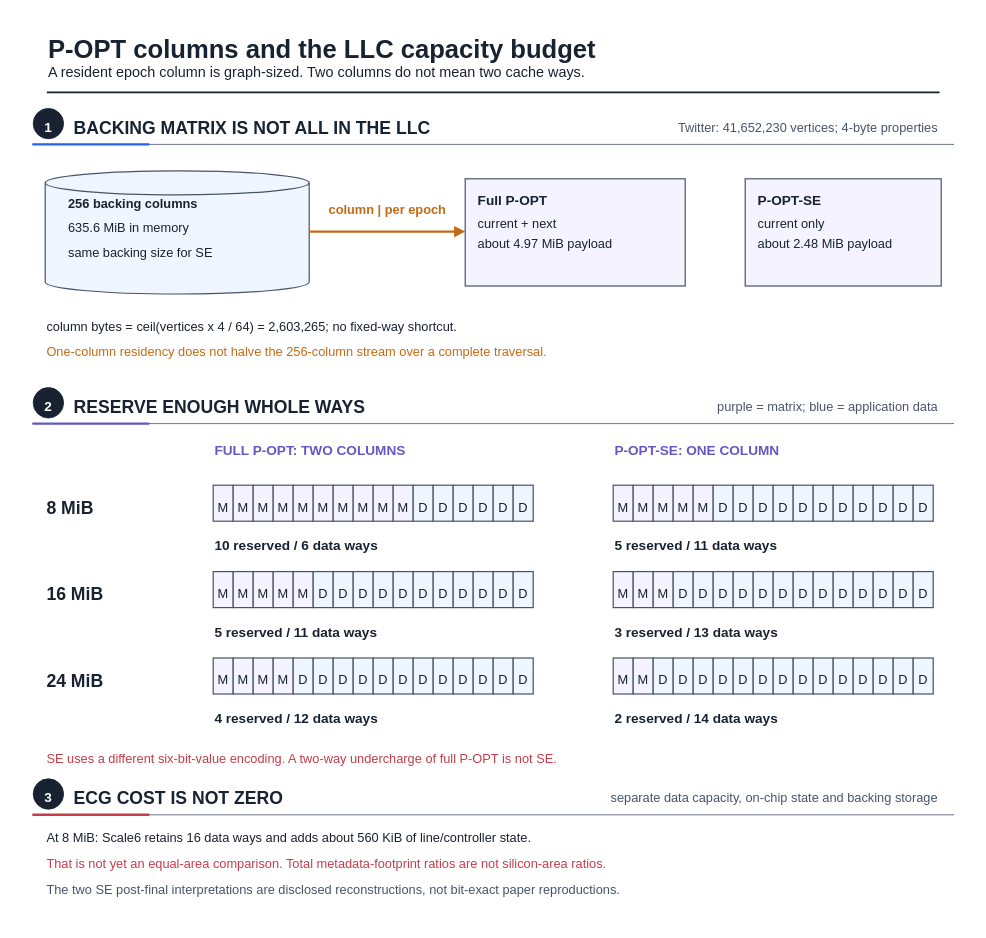
The draw.io diagram fig/wiki_src/reuse-plan-flowthrough/reuse-plan-flowthrough-f06-capacity-accounting.drawio in UVA-LavaLab/ECG_GrAPL, before the edit. Source tidied: cells renumbered, new cells numbered last; positions are measured from the earlier drawing's top-left corner, leaving out a move shared by most shapes. Both pictures are drawn from the tidied source at 80%, with x=0, y=0 at pixel (13, 13).
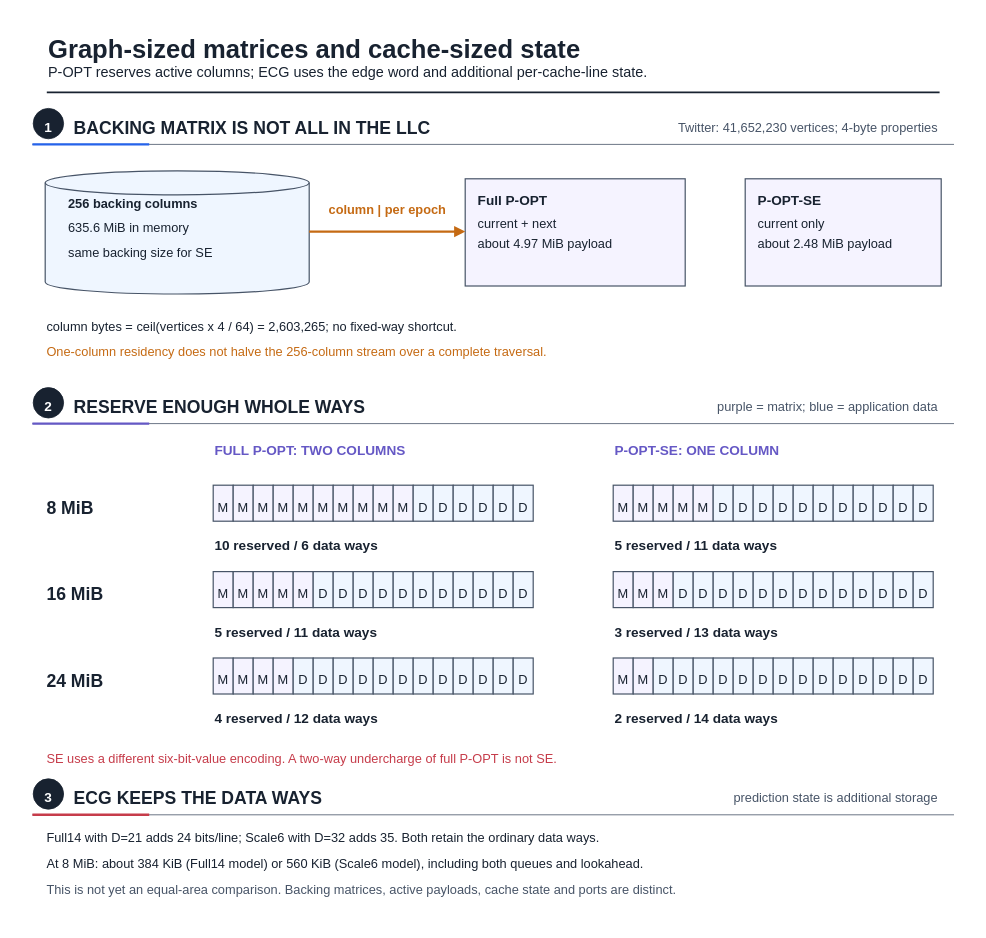
The same page after the edit.

Diff of the diagram source:
```diff
@@
-    <mxCell id="3" value="P-OPT columns and the LLC capacity budget" style="text;html=0;strokeColor=none;fillColor=none;align=left;verticalAlign=middle;fontFamily=Liberation Sans;fontSize=32;fontColor=#182230;fontStyle=1;" parent="1" vertex="1">
-      <mxGeometry x="42" y="19.5" width="747.8" height="44.8" as="geometry" />
+    <mxCell id="3" value="Graph-sized matrices and cache-sized state" style="text;html=0;strokeColor=none;fillColor=none;align=left;verticalAlign=middle;fontFamily=Liberation Sans;fontSize=32;fontColor=#182230;fontStyle=1;" parent="1" vertex="1">
+      <mxGeometry x="42" y="19.5" width="766.1" height="44.8" as="geometry" />
     </mxCell>
-    <mxCell id="4" value="A resident epoch column is graph-sized. Two columns do not mean two cache ways." style="text;html=0;strokeColor=none;fillColor=none;align=left;verticalAlign=middle;fontFamily=Liberation Sans;fontSize=18;fontColor=#182230;fontStyle=0;" parent="1" vertex="1">
-      <mxGeometry x="42" y="59.5" width="753.7" height="25.2" as="geometry" />
+    <mxCell id="4" value="P-OPT reserves active columns; ECG uses the edge word and additional per-cache-line state." style="text;html=0;strokeColor=none;fillColor=none;align=left;verticalAlign=middle;fontFamily=Liberation Sans;fontSize=18;fontColor=#182230;fontStyle=0;" parent="1" vertex="1">
+      <mxGeometry x="42" y="59.5" width="858.6" height="25.2" as="geometry" />
     </mxCell>
@@
-    <mxCell id="240" value="ECG COST IS NOT ZERO" style="text;html=0;strokeColor=none;fillColor=none;align=left;verticalAlign=middle;fontFamily=Liberation Sans;fontSize=22;fontColor=#182230;fontStyle=1;" parent="1" vertex="1">
-      <mxGeometry x="74" y="964.1" width="250.8" height="30.8" as="geometry" />
+    <mxCell id="240" value="ECG KEEPS THE DATA WAYS" style="text;html=0;strokeColor=none;fillColor=none;align=left;verticalAlign=middle;fontFamily=Liberation Sans;fontSize=22;fontColor=#182230;fontStyle=1;" parent="1" vertex="1">
+      <mxGeometry x="74" y="964.1" width="288.4" height="30.8" as="geometry" />
     </mxCell>
-    <mxCell id="241" value="separate data capacity, on-chip state and backing storage" style="text;html=0;strokeColor=none;fillColor=none;align=right;verticalAlign=middle;fontFamily=Liberation Sans;fontSize=16;fontColor=#475467;fontStyle=0;" parent="1" vertex="1">
-      <mxGeometry x="674.6" y="968.2" width="483.4" height="22.4" as="geometry" />
+    <mxCell id="241" value="prediction state is additional storage" style="text;html=0;strokeColor=none;fillColor=none;align=right;verticalAlign=middle;fontFamily=Liberation Sans;fontSize=16;fontColor=#475467;fontStyle=0;" parent="1" vertex="1">
+      <mxGeometry x="835.8" y="968.2" width="322.2" height="22.4" as="geometry" />
     </mxCell>
@@
-    <mxCell id="244" value="At 8 MiB: Scale6 retains 16 data ways and adds about 560 KiB of line/controller state." style="text;html=0;strokeColor=none;fillColor=none;align=left;verticalAlign=middle;fontFamily=Liberation Sans;fontSize=16;fontColor=#182230;fontStyle=0;" parent="1" vertex="1">
-      <mxGeometry x="40" y="1018.2" width="729.3" height="22.4" as="geometry" />
+    <mxCell id="244" value="Full14 with D=21 adds 24 bits/line; Scale6 with D=32 adds 35. Both retain the ordinary data ways." style="text;html=0;strokeColor=none;fillColor=none;align=left;verticalAlign=middle;fontFamily=Liberation Sans;fontSize=16;fontColor=#182230;fontStyle=0;" parent="1" vertex="1">
+      <mxGeometry x="40" y="1018.2" width="822.6" height="22.4" as="geometry" />
     </mxCell>
-    <mxCell id="245" value="That is not yet an equal-area comparison. Total metadata-footprint ratios are not silicon-area ratios." style="text;html=0;strokeColor=none;fillColor=none;align=left;verticalAlign=middle;fontFamily=Liberation Sans;fontSize=16;fontColor=#C63C4A;fontStyle=0;" parent="1" vertex="1">
+    <mxCell id="245" value="At 8 MiB: about 384 KiB (Full14 model) or 560 KiB (Scale6 model), including both queues and lookahead." style="text;html=0;strokeColor=none;fillColor=none;align=left;verticalAlign=middle;fontFamily=Liberation Sans;fontSize=16;fontColor=#182230;fontStyle=0;" parent="1" vertex="1">
       <mxGeometry x="40" y="1050.2" width="865" height="22.4" as="geometry" />
     </mxCell>
-    <mxCell id="246" value="The two SE post-final interpretations are disclosed reconstructions, not bit-exact paper reproductions." style="text;html=0;strokeColor=none;fillColor=none;align=left;verticalAlign=middle;fontFamily=Liberation Sans;fontSize=16;fontColor=#475467;fontStyle=0;" parent="1" vertex="1">
-      <mxGeometry x="40" y="1083.2" width="873.4" height="22.4" as="geometry" />
+    <mxCell id="246" value="This is not yet an equal-area comparison. Backing matrices, active payloads, cache state and ports are distinct." style="text;html=0;strokeColor=none;fillColor=none;align=left;verticalAlign=middle;fontFamily=Liberation Sans;fontSize=16;fontColor=#475467;fontStyle=0;" parent="1" vertex="1">
+      <mxGeometry x="40" y="1083.2" width="949.8" height="22.4" as="geometry" />
     </mxCell>
```
